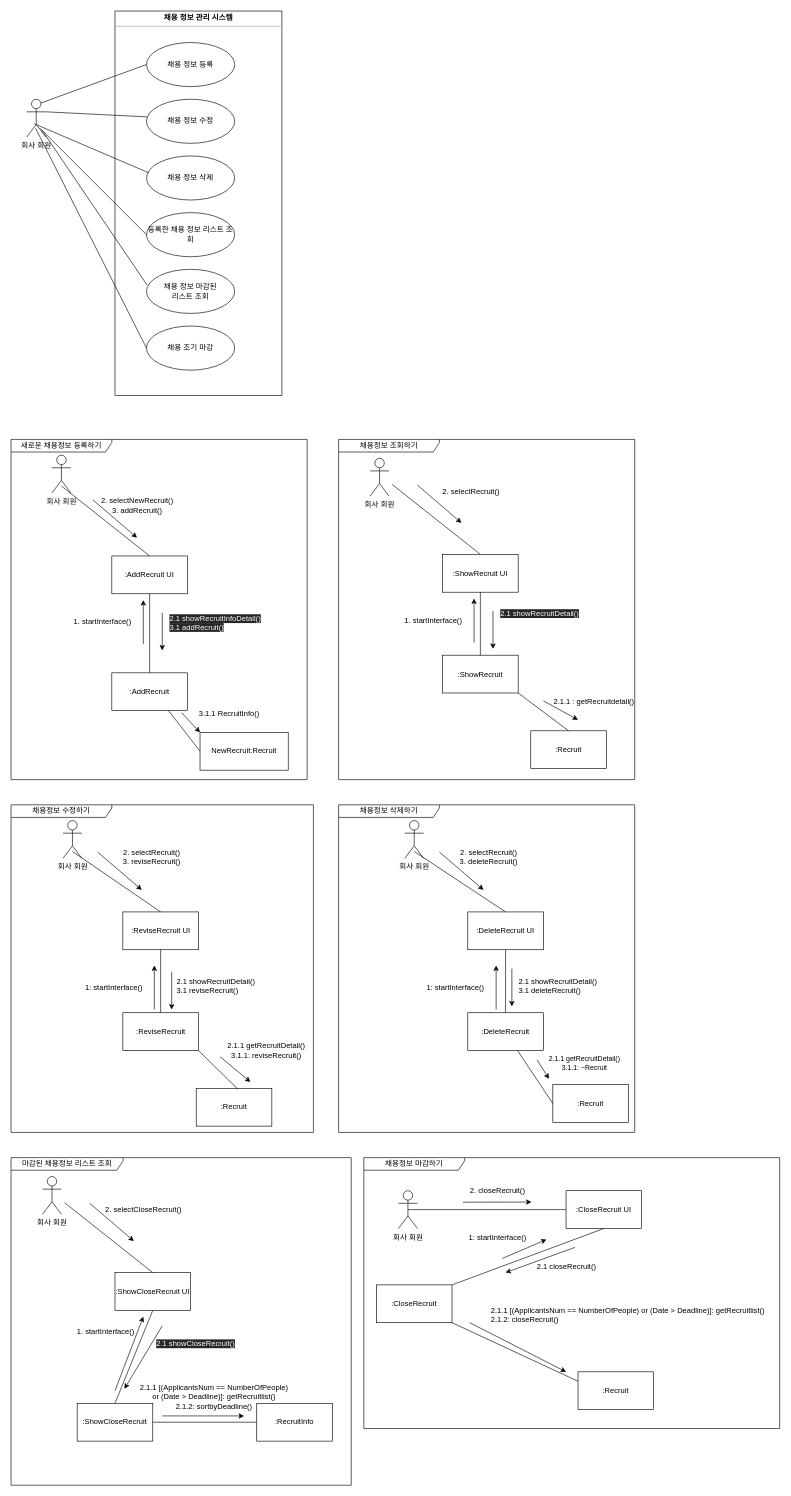
KimTaemin-Git/SE2 keeps this draw.io diagram as Seongyu/CommunicationDiagram_B715102_유선규.drawio. Above is the earlier version. Source tidied: cells renumbered, new cells numbered last; positions are measured from the earlier drawing's top-left corner, leaving out a move shared by most shapes. Both pictures are drawn from the tidied source at 63%, with x=0, y=0 at pixel (11, 11).
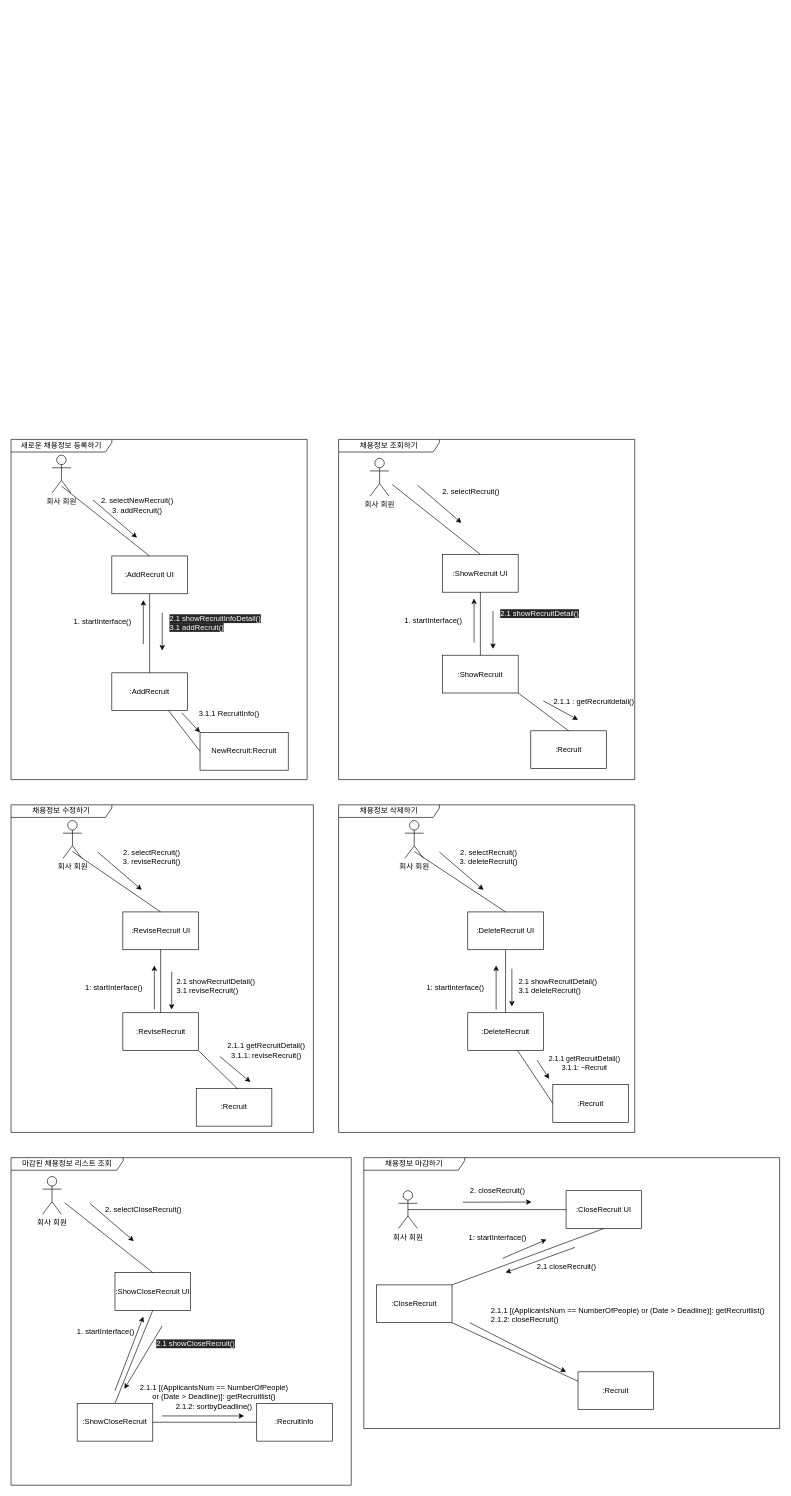
The same diagram, later.

Commit message:
CommunicationDiagram_B715102_유선규.drawio 업데이트

Change to the diagram source:
```diff
@@
-    <mxCell id="2" value="&lt;p style=&quot;margin:0px;margin-top:4px;text-align:center;&quot;&gt;&lt;b&gt;채용 정보 관리 시스템&lt;/b&gt;&lt;/p&gt;&lt;hr size=&quot;1&quot;&gt;&lt;div style=&quot;height:2px;&quot;&gt;&lt;/div&gt;" style="verticalAlign=top;align=left;overflow=fill;fontSize=12;fontFamily=Helvetica;html=1;whiteSpace=wrap;" parent="1" vertex="1">
-      <mxGeometry x="165" width="265" height="610" as="geometry" />
-    </mxCell>
-    <mxCell id="3" value="회사 회원" style="shape=umlActor;verticalLabelPosition=bottom;verticalAlign=top;html=1;" parent="1" vertex="1">
-      <mxGeometry x="25" y="140" width="30" height="60" as="geometry" />
-    </mxCell>
-    <mxCell id="4" value="채용 정보 등록" style="ellipse;whiteSpace=wrap;html=1;" parent="1" vertex="1">
-      <mxGeometry x="215" y="50" width="140" height="70" as="geometry" />
-    </mxCell>
-    <mxCell id="5" value="등록한 채용 정보 리스트 조회" style="ellipse;whiteSpace=wrap;html=1;" parent="1" vertex="1">
-      <mxGeometry x="215" y="320" width="140" height="70" as="geometry" />
-    </mxCell>
-    <mxCell id="6" value="채용 정보 마감된 &lt;br&gt;리스트 조회" style="ellipse;whiteSpace=wrap;html=1;" parent="1" vertex="1">
-      <mxGeometry x="215" y="410" width="140" height="70" as="geometry" />
-    </mxCell>
-    <mxCell id="7" value="채용 정보 수정" style="ellipse;whiteSpace=wrap;html=1;" parent="1" vertex="1">
-      <mxGeometry x="215" y="140" width="140" height="70" as="geometry" />
-    </mxCell>
-    <mxCell id="8" value="채용 조기 마감" style="ellipse;whiteSpace=wrap;html=1;" parent="1" vertex="1">
-      <mxGeometry x="215" y="500" width="140" height="70" as="geometry" />
-    </mxCell>
-    <mxCell id="9" style="endArrow=none;html=1;rounded=0;entryX=0;entryY=0.5;entryDx=0;entryDy=0;exitX=0.7;exitY=0.767;exitDx=0;exitDy=0;exitPerimeter=0;" parent="1" edge="1" source="3" target="5">
-      <mxGeometry relative="1" as="geometry" />
-    </mxCell>
-    <mxCell id="10" style="endArrow=none;html=1;rounded=0;entryX=0.007;entryY=0.357;entryDx=0;entryDy=0;entryPerimeter=0;exitX=0.8;exitY=0.817;exitDx=0;exitDy=0;exitPerimeter=0;" parent="1" edge="1" source="3" target="6">
-      <mxGeometry relative="1" as="geometry" />
-    </mxCell>
-    <mxCell id="11" style="endArrow=none;html=1;rounded=0;entryX=0;entryY=0.5;entryDx=0;entryDy=0;exitX=0.75;exitY=0.1;exitDx=0;exitDy=0;exitPerimeter=0;" parent="1" edge="1" source="3" target="4">
-      <mxGeometry relative="1" as="geometry" />
-    </mxCell>
-    <mxCell id="12" style="endArrow=none;html=1;rounded=0;entryX=0.007;entryY=0.4;entryDx=0;entryDy=0;entryPerimeter=0;exitX=1;exitY=0.3333333333333333;exitDx=0;exitDy=0;exitPerimeter=0;" parent="1" edge="1" source="3" target="7">
-      <mxGeometry relative="1" as="geometry" />
-    </mxCell>
-    <mxCell id="13" value="채용 정보 삭제" style="ellipse;whiteSpace=wrap;html=1;" parent="1" vertex="1">
-      <mxGeometry x="215" y="230" width="140" height="70" as="geometry" />
-    </mxCell>
-    <mxCell id="14" style="endArrow=none;html=1;rounded=0;entryX=0.029;entryY=0.386;entryDx=0;entryDy=0;entryPerimeter=0;exitX=0.4;exitY=0.65;exitDx=0;exitDy=0;exitPerimeter=0;" parent="1" edge="1" source="3" target="13">
-      <mxGeometry relative="1" as="geometry" />
-    </mxCell>
@@
-    <mxCell id="111" style="endArrow=none;html=1;rounded=0;entryX=0;entryY=0.5;entryDx=0;entryDy=0;exitX=0.467;exitY=0.767;exitDx=0;exitDy=0;exitPerimeter=0;" parent="1" edge="1" source="3" target="8">
-      <mxGeometry relative="1" as="geometry" />
-    </mxCell>
```
